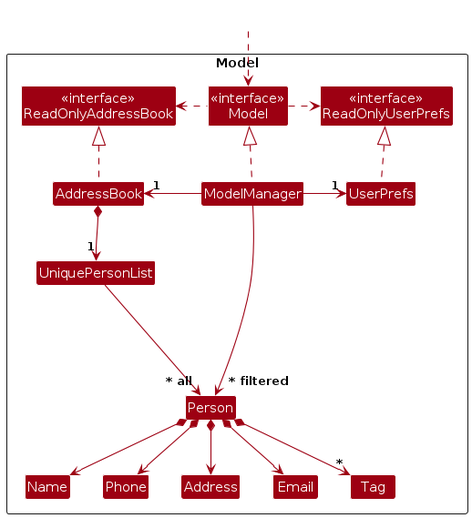
Before: diagrams/ModelClassDiagram.png, a diagram exported from PlantUML (AY2627S1-CS2103T-F15-2/tp). Its source is kept beside it as diagrams/ModelClassDiagram.puml. Source of this version:
```plantuml
@startuml
!include style.puml
skinparam arrowThickness 1.1
skinparam arrowColor MODEL_COLOR
skinparam classBackgroundColor MODEL_COLOR

Package Model as ModelPackage <<Rectangle>>{
Class "<<interface>>\nReadOnlyAddressBook" as ReadOnlyAddressBook
Class "<<interface>>\nReadOnlyUserPrefs" as ReadOnlyUserPrefs
Class "<<interface>>\nModel" as Model
Class AddressBook
Class ModelManager
Class UserPrefs

Class UniquePersonList
Class Person
Class Address
Class Email
Class Name
Class Phone
Class Tag

Class I #FFFFFF
}

Class HiddenOutside #FFFFFF
HiddenOutside ..> Model

AddressBook .up.|> ReadOnlyAddressBook

ModelManager .up.|> Model
Model .right.> ReadOnlyUserPrefs
Model .left.> ReadOnlyAddressBook
ModelManager -left-> "1" AddressBook
ModelManager -right-> "1" UserPrefs
UserPrefs .up.|> ReadOnlyUserPrefs

AddressBook *--> "1" UniquePersonList
UniquePersonList --> "~* all" Person
Person *--> Name
Person *--> Phone
Person *--> Email
Person *--> Address
Person *--> "*" Tag

Person -[hidden]up--> I
UniquePersonList -[hidden]right-> I

Name -[hidden]right-> Phone
Phone -[hidden]right-> Address
Address -[hidden]right-> Email

ModelManager --> "~* filtered" Person
@enduml
```
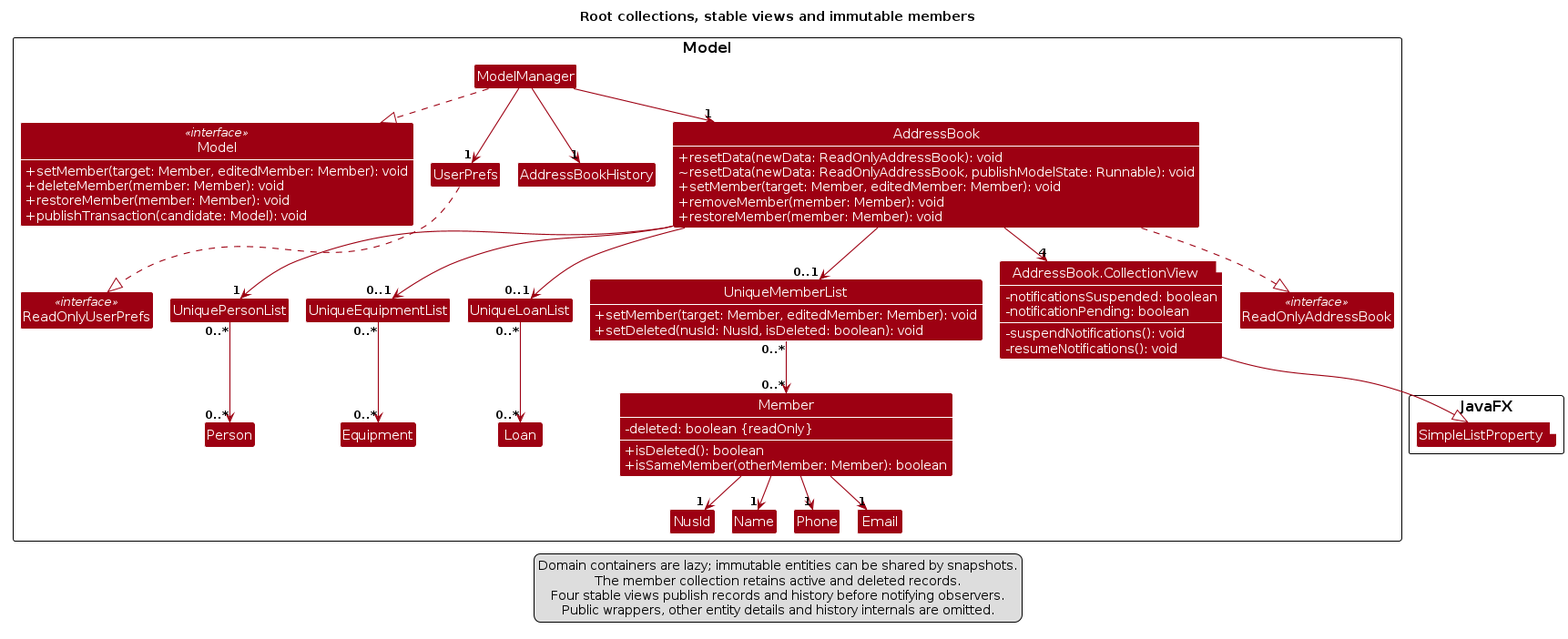
The same diagram one commit later.

Change to the diagram source:
```diff
@@ -1,54 +1,94 @@
 @startuml
 !include style.puml
+!pragma layout smetana
+skinparam classAttributeFontColor #FFFFFF
+skinparam classAttributeIconSize 0
 skinparam arrowThickness 1.1
 skinparam arrowColor MODEL_COLOR
 skinparam classBackgroundColor MODEL_COLOR
+hide empty members
 
-Package Model as ModelPackage <<Rectangle>>{
-Class "<<interface>>\nReadOnlyAddressBook" as ReadOnlyAddressBook
-Class "<<interface>>\nReadOnlyUserPrefs" as ReadOnlyUserPrefs
-Class "<<interface>>\nModel" as Model
-Class AddressBook
-Class ModelManager
-Class UserPrefs
+title Root collections, stable views and immutable members
 
-Class UniquePersonList
-Class Person
-Class Address
-Class Email
-Class Name
-Class Phone
-Class Tag
+package Model as ModelPackage {
+    class Model <<interface>> {
+        +setMember(target: Member, editedMember: Member): void
+        +deleteMember(member: Member): void
+        +restoreMember(member: Member): void
+        +publishTransaction(candidate: Model): void
+    }
+    class ReadOnlyAddressBook <<interface>>
+    class ReadOnlyUserPrefs <<interface>>
+    class ModelManager
+    class UserPrefs
+    class AddressBookHistory
+    class AddressBook {
+        +resetData(newData: ReadOnlyAddressBook): void
+        ~resetData(newData: ReadOnlyAddressBook, publishModelState: Runnable): void
+        +setMember(target: Member, editedMember: Member): void
+        +removeMember(member: Member): void
+        +restoreMember(member: Member): void
+    }
+    class "AddressBook.CollectionView<E>" as CollectionView {
+        -notificationsSuspended: boolean
+        -notificationPending: boolean
+        -suspendNotifications(): void
+        -resumeNotifications(): void
+    }
+    class UniquePersonList
+    class UniqueEquipmentList
+    class UniqueLoanList
+    class UniqueMemberList {
+        +setMember(target: Member, editedMember: Member): void
+        +setDeleted(nusId: NusId, isDeleted: boolean): void
+    }
+    class Person
+    class Equipment
+    class Loan
+    class Member {
+        -deleted: boolean {readOnly}
+        +isDeleted(): boolean
+        +isSameMember(otherMember: Member): boolean
+    }
+    class NusId
+    class Name
+    class Phone
+    class Email
+}
+package "JavaFX" {
+    class "SimpleListProperty<E>" as SimpleListProperty
+}
+show Model methods
+show AddressBook methods
+show UniqueMemberList methods
+show Member members
+show CollectionView members
 
-Class I #FFFFFF
-}
+ModelManager ..|> Model
+ModelManager --> "1" AddressBook
+ModelManager --> "1" UserPrefs
+ModelManager --> "1" AddressBookHistory
+AddressBook ..|> ReadOnlyAddressBook
+UserPrefs ..|> ReadOnlyUserPrefs
+AddressBook --> "4" CollectionView
+CollectionView --|> SimpleListProperty
+AddressBook --> "1" UniquePersonList
+AddressBook --> "0..1" UniqueMemberList
+AddressBook --> "0..1" UniqueEquipmentList
+AddressBook --> "0..1" UniqueLoanList
+UniquePersonList "0..*" --> "0..*" Person
+UniqueMemberList "0..*" --> "0..*" Member
+UniqueEquipmentList "0..*" --> "0..*" Equipment
+UniqueLoanList "0..*" --> "0..*" Loan
+Member --> "1" NusId
+Member --> "1" Name
+Member --> "1" Phone
+Member --> "1" Email
 
-Class HiddenOutside #FFFFFF
-HiddenOutside ..> Model
-
-AddressBook .up.|> ReadOnlyAddressBook
-
-ModelManager .up.|> Model
-Model .right.> ReadOnlyUserPrefs
-Model .left.> ReadOnlyAddressBook
-ModelManager -left-> "1" AddressBook
-ModelManager -right-> "1" UserPrefs
-UserPrefs .up.|> ReadOnlyUserPrefs
-
-AddressBook *--> "1" UniquePersonList
-UniquePersonList --> "~* all" Person
-Person *--> Name
-Person *--> Phone
-Person *--> Email
-Person *--> Address
-Person *--> "*" Tag
-
-Person -[hidden]up--> I
-UniquePersonList -[hidden]right-> I
-
-Name -[hidden]right-> Phone
-Phone -[hidden]right-> Address
-Address -[hidden]right-> Email
-
-ModelManager --> "~* filtered" Person
+legend bottom
+  Domain containers are lazy; immutable entities can be shared by snapshots.
+  The member collection retains active and deleted records.
+  Four stable views publish records and history before notifying observers.
+  Public wrappers, other entity details and history internals are omitted.
+endlegend
 @enduml
```
